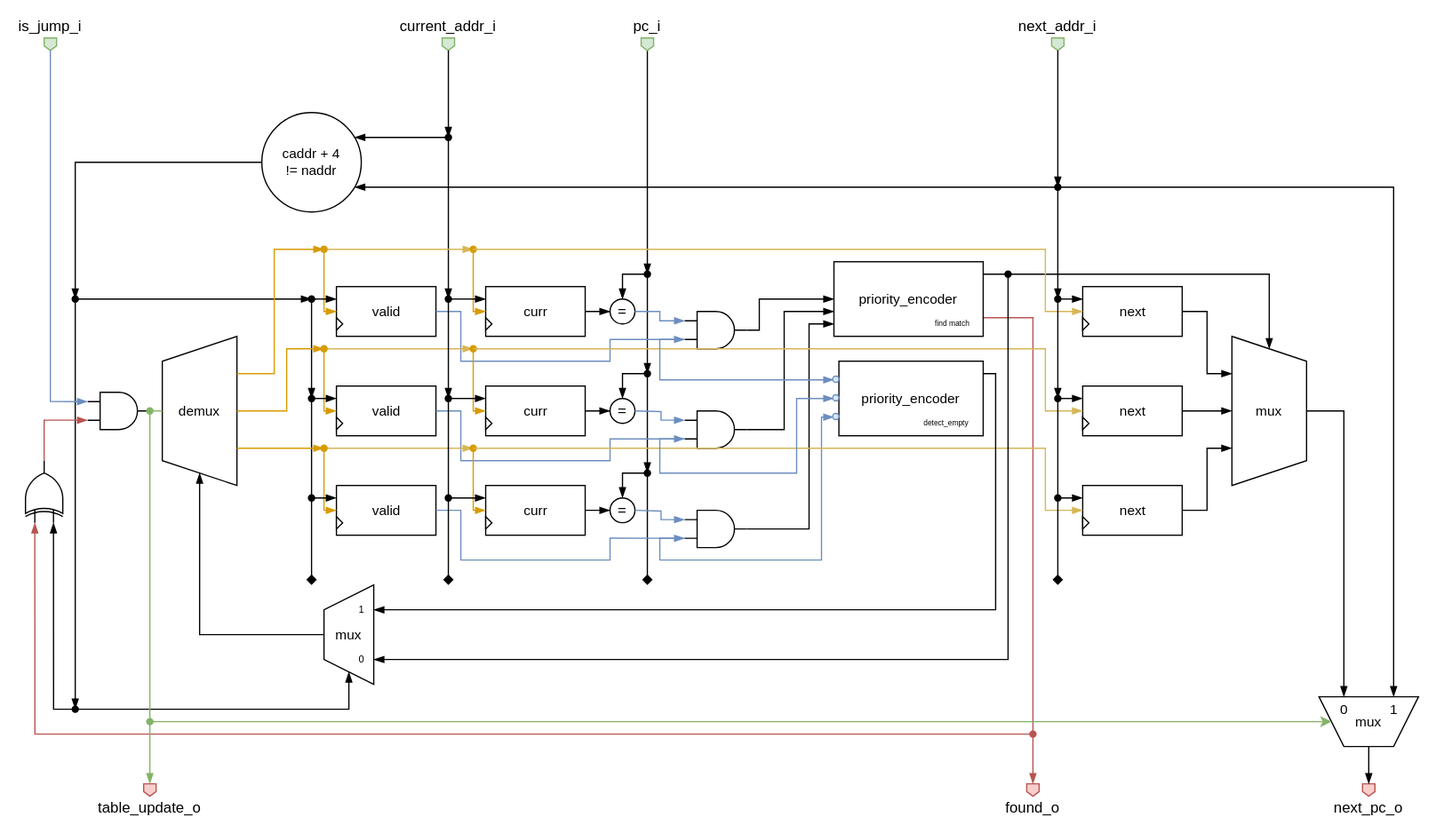
Above: document/rtl/branch_target_buffer_des.svg in squared-studio/maverickOne (draw.io), before the change. Source tidied: cells renumbered, new cells last; positions are measured from the earlier drawing's top-left corner, leaving out a move shared by most shapes.
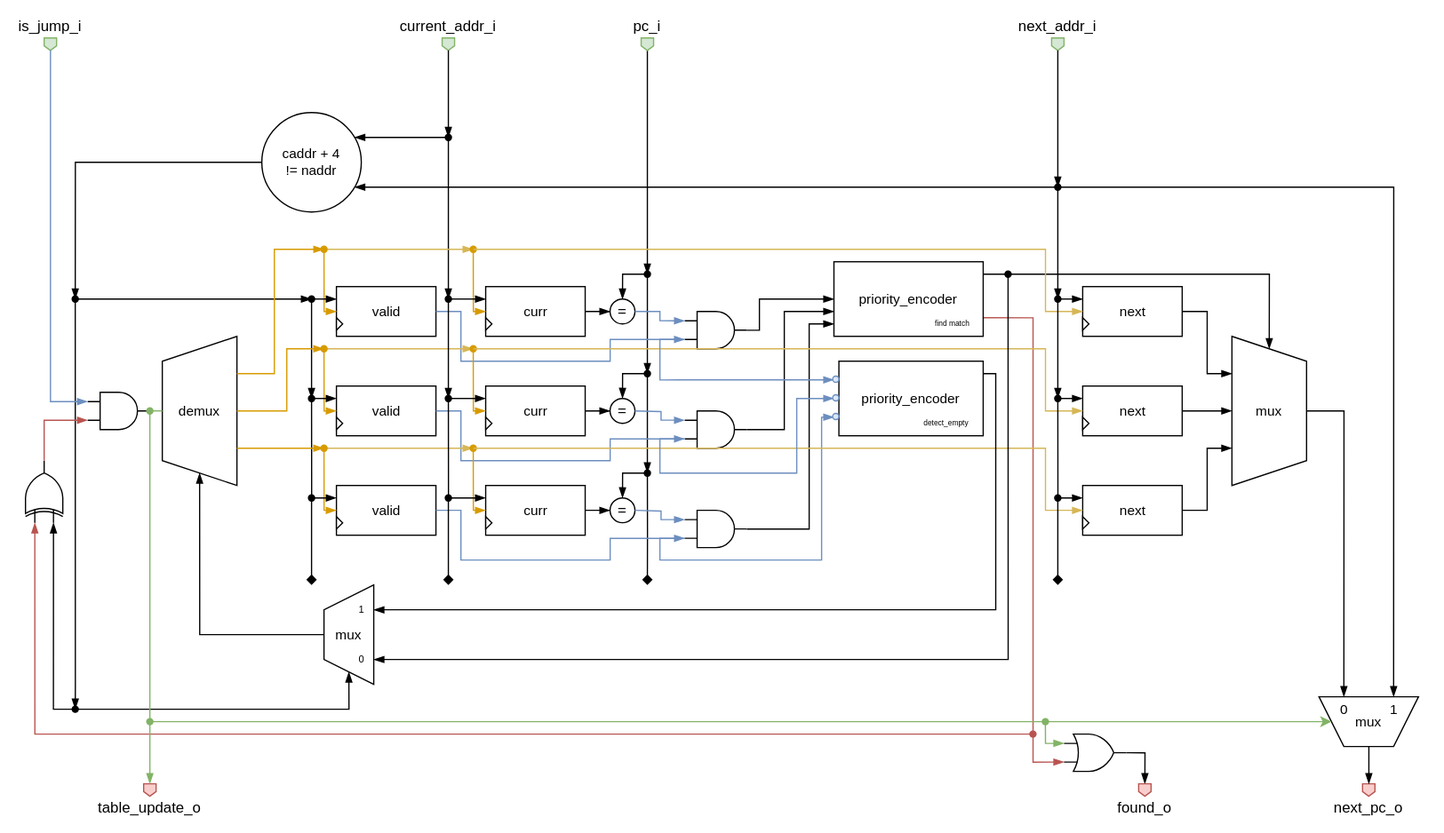
The same file after the commit.

What changed in the source:
```diff
@@ -104,8 +104,13 @@
         </Array>
       </mxGeometry>
     </mxCell>
-    <mxCell id="34" style="edgeStyle=orthogonalEdgeStyle;shape=connector;rounded=0;jettySize=auto;html=1;exitX=1;exitY=0.75;exitDx=0;exitDy=0;entryX=0.5;entryY=0;entryDx=0;entryDy=0;strokeColor=#b85450;align=center;verticalAlign=middle;fontFamily=Helvetica;fontSize=11;fontColor=default;labelBackgroundColor=default;endArrow=blockThin;endFill=1;fillColor=#f8cecc;" parent="1" edge="1" source="35" target="80">
-      <mxGeometry relative="1" as="geometry" />
+    <mxCell id="34" style="edgeStyle=orthogonalEdgeStyle;shape=connector;rounded=0;jettySize=auto;html=1;exitX=1;exitY=0.75;exitDx=0;exitDy=0;entryX=0;entryY=0.75;entryDx=0;entryDy=0;strokeColor=#b85450;align=center;verticalAlign=middle;fontFamily=Helvetica;fontSize=11;fontColor=default;labelBackgroundColor=default;endArrow=blockThin;endFill=1;fillColor=#f8cecc;entryPerimeter=0;" parent="1" edge="1" source="35" target="177">
+      <mxGeometry relative="1" as="geometry">
+        <Array as="points">
+          <mxPoint x="830" y="255" />
+          <mxPoint x="830" y="613" />
+        </Array>
+      </mxGeometry>
     </mxCell>
     <mxCell id="35" value="priority_encoder" style="rounded=0;whiteSpace=wrap;html=1;fontFamily=Helvetica;fontSize=11;fontColor=default;labelBackgroundColor=default;" parent="1" vertex="1">
       <mxGeometry x="670" y="210" width="120" height="60" as="geometry" />
@@ -295,9 +300,6 @@
     <mxCell id="79" style="edgeStyle=orthogonalEdgeStyle;shape=connector;rounded=0;jettySize=auto;html=1;entryX=0.75;entryY=1;entryDx=0;entryDy=0;strokeColor=default;align=center;verticalAlign=middle;fontFamily=Helvetica;fontSize=11;fontColor=default;labelBackgroundColor=default;endArrow=blockThin;endFill=1;" parent="1" edge="1" source="72" target="76">
       <mxGeometry relative="1" as="geometry" />
     </mxCell>
-    <mxCell id="80" value="&lt;div&gt;&lt;br&gt;&lt;/div&gt;&lt;div&gt;&lt;br&gt;&lt;/div&gt;&lt;div&gt;found_o&lt;/div&gt;" style="shape=offPageConnector;whiteSpace=wrap;html=1;fillColor=#f8cecc;strokeColor=#b85450;" parent="1" vertex="1">
-      <mxGeometry x="825" y="630" width="10" height="10" as="geometry" />
-    </mxCell>
     <mxCell id="81" value="&lt;div&gt;&lt;br&gt;&lt;/div&gt;&lt;div&gt;&lt;br&gt;&lt;/div&gt;next_pc_o" style="shape=offPageConnector;whiteSpace=wrap;html=1;fillColor=#f8cecc;strokeColor=#b85450;" parent="1" vertex="1">
       <mxGeometry x="1095" y="630" width="10" height="10" as="geometry" />
     </mxCell>
@@ -722,5 +724,24 @@
     <mxCell id="175" value="1" style="text;html=1;align=center;verticalAlign=middle;strokeColor=none;fillColor=none;fontFamily=Helvetica;fontSize=11;fontColor=default;labelBackgroundColor=default;" parent="1" vertex="1">
       <mxGeometry x="1105" y="555" width="30" height="30" as="geometry" />
     </mxCell>
+    <mxCell id="176" style="edgeStyle=orthogonalEdgeStyle;rounded=0;jettySize=auto;html=1;exitX=1;exitY=0.5;exitDx=0;exitDy=0;exitPerimeter=0;entryX=0.5;entryY=0;entryDx=0;entryDy=0;endArrow=blockThin;endFill=1;" parent="1" edge="1" source="177" target="80">
+      <mxGeometry relative="1" as="geometry" />
+    </mxCell>
+    <mxCell id="177" style="verticalLabelPosition=bottom;shadow=0;dashed=0;align=center;html=1;verticalAlign=top;shape=mxgraph.electrical.logic_gates.logic_gate;operation=or;direction=east;" parent="1" vertex="1">
+      <mxGeometry x="855" y="590" width="50" height="30" as="geometry" />
+    </mxCell>
+    <mxCell id="80" value="&lt;div&gt;&lt;br&gt;&lt;/div&gt;&lt;div&gt;&lt;br&gt;&lt;/div&gt;&lt;div&gt;found_o&lt;/div&gt;" style="shape=offPageConnector;whiteSpace=wrap;html=1;fillColor=#f8cecc;strokeColor=#b85450;" parent="1" vertex="1">
+      <mxGeometry x="915" y="630" width="10" height="10" as="geometry" />
+    </mxCell>
+    <mxCell id="178" style="shape=waypoint;sketch=0;size=6;points=[];fillColor=#d5e8d4;perimeter=centerPerimeter;snapToPoint=1;fontFamily=Helvetica;fontSize=11;labelBackgroundColor=default;strokeColor=#82b366;" parent="1" vertex="1">
+      <mxGeometry x="830" y="570" width="20" height="20" as="geometry" />
+    </mxCell>
+    <mxCell id="179" style="edgeStyle=orthogonalEdgeStyle;rounded=0;jettySize=auto;html=1;entryX=0;entryY=0.25;entryDx=0;entryDy=0;entryPerimeter=0;fillColor=#d5e8d4;strokeColor=#82b366;endArrow=blockThin;endFill=1;" parent="1" edge="1" source="178" target="177">
+      <mxGeometry relative="1" as="geometry">
+        <Array as="points">
+          <mxPoint x="840" y="598" />
+        </Array>
+      </mxGeometry>
+    </mxCell>
   </root>
 </mxGraphModel>
```
